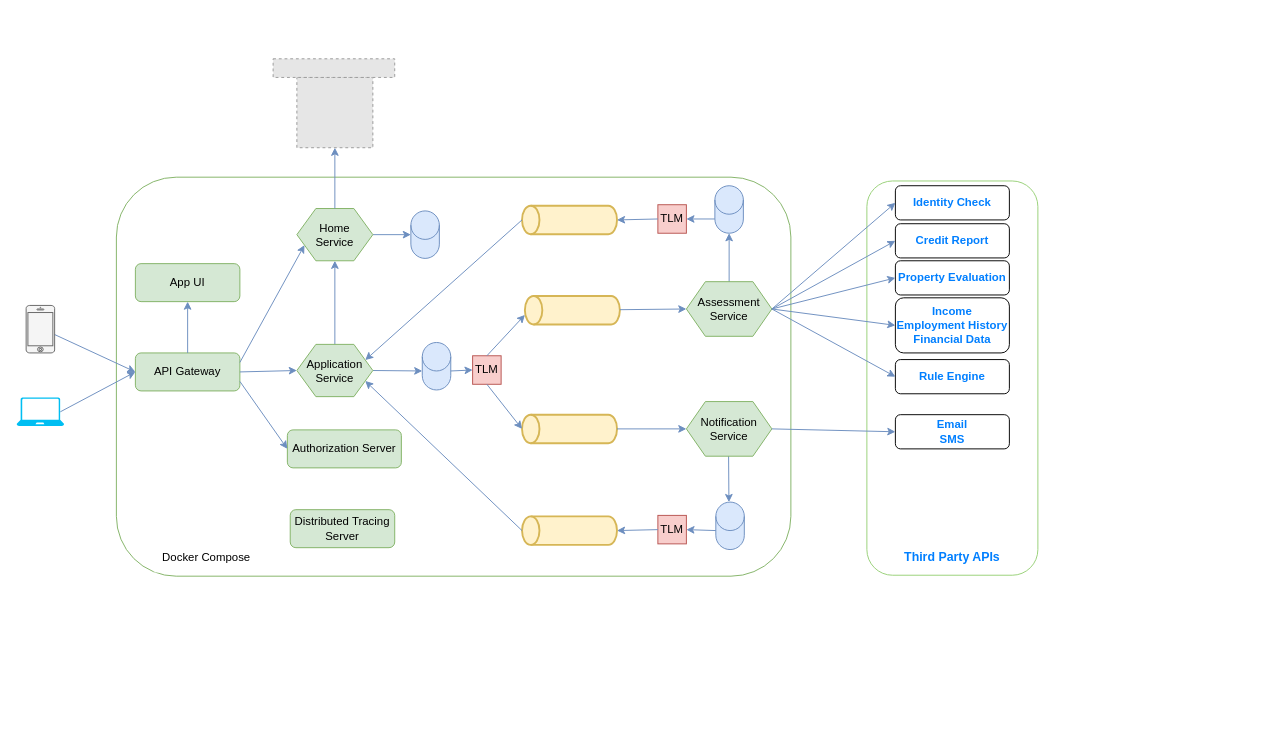
Above: 02-architecture/02-logical-components-docker.drawio in huynm20051990/loan-origination-system (draw.io), before the change. Source tidied: cells renumbered, new cells numbered last; positions are measured from the earlier drawing's top-left corner, leaving out a move shared by most shapes. Both pictures are drawn from the tidied source at 95%, with x=0, y=0 at pixel (16, 58). Pictures stored in the file or linked from it are replaced by grey dashed boxes.
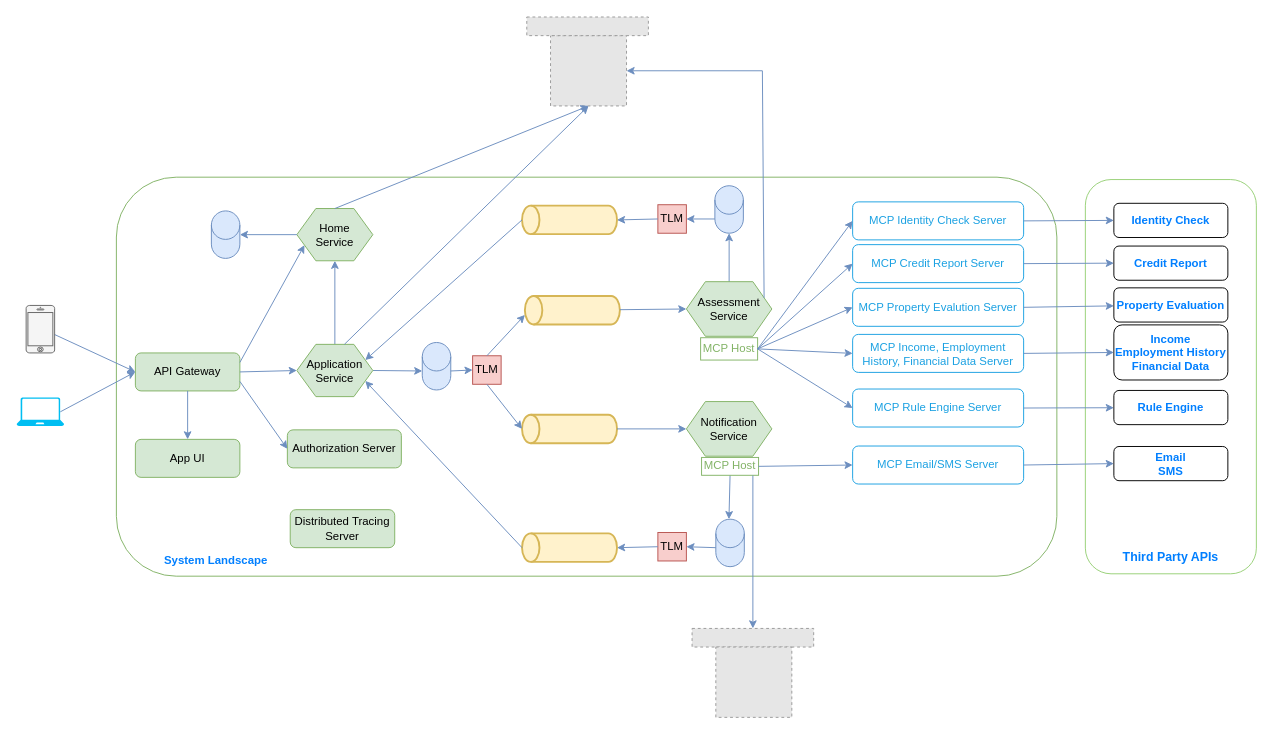
The same diagram, later.

Commit message (it also covers changes not shown here):
Update High Level Design diagram to include MCP Host and MCP Server

Unchanged cells that the change refers to:
```xml
<mxCell id="5" value="API Gateway" style="rounded=1;whiteSpace=wrap;html=1;fillColor=#d5e8d4;strokeColor=#82b366;" parent="1" vertex="1">
  <mxGeometry x="125" y="310" width="110" height="40" as="geometry" />
</mxCell>
<mxCell id="39" value="Application&lt;br&gt;Service" style="shape=hexagon;perimeter=hexagonPerimeter2;whiteSpace=wrap;html=1;fixedSize=1;fillColor=#d5e8d4;strokeColor=#82b366;" parent="1" vertex="1">
  <mxGeometry x="295" y="301" width="80" height="55" as="geometry" />
</mxCell>
<mxCell id="40" value="Home&lt;br&gt;Service" style="shape=hexagon;perimeter=hexagonPerimeter2;whiteSpace=wrap;html=1;fixedSize=1;fillColor=#d5e8d4;strokeColor=#82b366;" parent="1" vertex="1">
  <mxGeometry x="295" y="158" width="80" height="55" as="geometry" />
</mxCell>
<mxCell id="41" value="Assessment&lt;br&gt;Service" style="shape=hexagon;perimeter=hexagonPerimeter2;whiteSpace=wrap;html=1;fixedSize=1;fillColor=#d5e8d4;strokeColor=#82b366;" parent="1" vertex="1">
  <mxGeometry x="705" y="235" width="90" height="57.5" as="geometry" />
</mxCell>
<mxCell id="42" value="Notification&lt;br&gt;Service" style="shape=hexagon;perimeter=hexagonPerimeter2;whiteSpace=wrap;html=1;fixedSize=1;fillColor=#d5e8d4;strokeColor=#82b366;" parent="1" vertex="1">
  <mxGeometry x="705" y="361.2" width="90" height="57.5" as="geometry" />
</mxCell>
```

Diff of the diagram source:
```diff
@@
     <mxCell id="2" style="rounded=1;whiteSpace=wrap;html=1;fillColor=#FFFFFF;strokeColor=#82b366;" parent="1" vertex="1">
-      <mxGeometry x="105" y="125" width="710" height="420" as="geometry" />
+      <mxGeometry x="105" y="125" width="990" height="420" as="geometry" />
     </mxCell>
@@
-    <mxCell id="7" value="Docker Compose" style="text;html=1;align=center;verticalAlign=middle;whiteSpace=wrap;rounded=0;fillColor=default;" parent="1" vertex="1">
-      <mxGeometry x="145" y="511" width="110" height="30" as="geometry" />
+    <mxCell id="7" value="&lt;b&gt;System Landscape&lt;/b&gt;" style="text;html=1;align=center;verticalAlign=middle;whiteSpace=wrap;rounded=0;fontColor=#007FFF;" parent="1" vertex="1">
+      <mxGeometry x="145" y="514" width="130" height="30" as="geometry" />
     </mxCell>
@@
     <mxCell id="17" style="shape=cylinder3;whiteSpace=wrap;html=1;boundedLbl=1;backgroundOutline=1;size=15;fillColor=#dae8fc;strokeColor=#6c8ebf;" parent="1" vertex="1">
-      <mxGeometry x="415" y="160.5" width="30" height="50" as="geometry" />
+      <mxGeometry x="205" y="160.5" width="30" height="50" as="geometry" />
     </mxCell>
-    <mxCell id="18" style="endArrow=classic;html=1;rounded=0;fillColor=#dae8fc;strokeColor=#6c8ebf;entryX=0;entryY=0.5;entryDx=0;entryDy=0;entryPerimeter=0;exitX=1;exitY=0.5;exitDx=0;exitDy=0;" parent="1" edge="1" source="40" target="17">
-      <mxGeometry relative="1" as="geometry" />
-    </mxCell>
@@
     <mxCell id="32" style="shape=cylinder3;whiteSpace=wrap;html=1;boundedLbl=1;backgroundOutline=1;size=15;fillColor=#dae8fc;strokeColor=#6c8ebf;" parent="1" vertex="1">
-      <mxGeometry x="736" y="467" width="30" height="50" as="geometry" />
+      <mxGeometry x="736" y="485" width="30" height="50" as="geometry" />
     </mxCell>
-    <mxCell id="33" style="endArrow=classic;html=1;rounded=0;exitX=0.5;exitY=1;exitDx=0;exitDy=0;fillColor=#dae8fc;strokeColor=#6c8ebf;" parent="1" edge="1">
+    <mxCell id="33" style="endArrow=classic;html=1;rounded=0;exitX=0.5;exitY=1;exitDx=0;exitDy=0;fillColor=#dae8fc;strokeColor=#6c8ebf;" parent="1" edge="1" source="67">
       <mxGeometry relative="1" as="geometry">
-        <mxPoint x="749.4" y="413" as="sourcePoint" />
-        <mxPoint x="749.8" y="467" as="targetPoint" />
+        <mxPoint x="749.8" y="485" as="targetPoint" />
       </mxGeometry>
     </mxCell>
     <mxCell id="34" value="TLM" style="whiteSpace=wrap;html=1;fillColor=#f8cecc;strokeColor=#b85450;" parent="1" vertex="1">
-      <mxGeometry x="675" y="481" width="30" height="30" as="geometry" />
+      <mxGeometry x="675" y="499" width="30" height="30" as="geometry" />
     </mxCell>
@@
     <mxCell id="36" style="strokeWidth=2;html=1;shape=mxgraph.flowchart.direct_data;whiteSpace=wrap;rotation=-180;fillColor=#fff2cc;strokeColor=#d6b656;" parent="1" vertex="1">
-      <mxGeometry x="532" y="482" width="100" height="30" as="geometry" />
+      <mxGeometry x="532" y="500" width="100" height="30" as="geometry" />
     </mxCell>
@@
     <mxCell id="45" value="App UI" style="rounded=1;whiteSpace=wrap;html=1;fillColor=#d5e8d4;strokeColor=#82b366;" parent="1" vertex="1">
-      <mxGeometry x="125" y="216" width="110" height="40" as="geometry" />
+      <mxGeometry x="125" y="401" width="110" height="40" as="geometry" />
     </mxCell>
-    <mxCell id="46" style="endArrow=classic;html=1;rounded=0;fillColor=#dae8fc;strokeColor=#6c8ebf;exitX=0.5;exitY=0;exitDx=0;exitDy=0;entryX=0.5;entryY=1;entryDx=0;entryDy=0;" parent="1" edge="1" source="5" target="45">
-      <mxGeometry relative="1" as="geometry" />
-    </mxCell>
     <mxCell id="47" style="fillColor=#E6E6E6;strokeColor=#999999;dashed=1;verticalLabelPosition=bottom;labelBackgroundColor=default;verticalAlign=top;" parent="1" vertex="1">
-      <mxGeometry x="295" y="20" width="80" height="74" as="geometry" />
+      <mxGeometry x="562" y="-24" width="80" height="74" as="geometry" />
     </mxCell>
     <mxCell id="48" style="fillColor=#E6E6E6;strokeColor=#999999;dashed=1;verticalLabelPosition=bottom;labelBackgroundColor=default;verticalAlign=top;" parent="1" vertex="1">
-      <mxGeometry x="270" y="0.4" width="128" height="19.6" as="geometry" />
+      <mxGeometry x="537" y="-43.6" width="128" height="19.6" as="geometry" />
     </mxCell>
@@
     <mxCell id="50" style="rounded=1;whiteSpace=wrap;html=1;strokeColor=#97D077;" parent="1" vertex="1">
-      <mxGeometry x="895" y="129" width="180" height="415" as="geometry" />
+      <mxGeometry x="1125" y="127.5" width="180" height="415" as="geometry" />
     </mxCell>
     <mxCell id="51" value="Third Party APIs" style="text;html=1;whiteSpace=wrap;strokeColor=none;fillColor=none;align=center;verticalAlign=middle;rounded=0;fontStyle=1;fontColor=#007FFF;fontSize=13;" parent="1" vertex="1">
-      <mxGeometry x="925" y="510" width="120" height="30" as="geometry" />
+      <mxGeometry x="1155" y="508.5" width="120" height="30" as="geometry" />
     </mxCell>
     <mxCell id="52" value="Identity Check" style="rounded=1;whiteSpace=wrap;html=1;fontColor=#007FFF;fontStyle=1;" parent="1" vertex="1">
-      <mxGeometry x="925" y="134" width="120" height="36" as="geometry" />
+      <mxGeometry x="1155" y="152.5" width="120" height="36" as="geometry" />
     </mxCell>
     <mxCell id="53" value="Credit Report" style="rounded=1;whiteSpace=wrap;html=1;fontColor=#007FFF;fontStyle=1;" parent="1" vertex="1">
-      <mxGeometry x="925" y="174" width="120" height="36" as="geometry" />
+      <mxGeometry x="1155" y="197.5" width="120" height="36" as="geometry" />
     </mxCell>
     <mxCell id="54" value="Property Evaluation" style="rounded=1;whiteSpace=wrap;html=1;fontColor=#007FFF;fontStyle=1;" parent="1" vertex="1">
-      <mxGeometry x="925" y="213" width="120" height="36" as="geometry" />
+      <mxGeometry x="1155" y="241.5" width="120" height="36" as="geometry" />
     </mxCell>
     <mxCell id="55" value="Income&lt;br&gt;Employment History&lt;br&gt;Financial Data" style="rounded=1;whiteSpace=wrap;html=1;fontColor=#007FFF;fontStyle=1;" parent="1" vertex="1">
-      <mxGeometry x="925" y="252" width="120" height="58" as="geometry" />
+      <mxGeometry x="1155" y="280.5" width="120" height="58" as="geometry" />
     </mxCell>
     <mxCell id="56" value="Email&lt;br&gt;SMS" style="rounded=1;whiteSpace=wrap;html=1;fontColor=#007FFF;fontStyle=1;" parent="1" vertex="1">
-      <mxGeometry x="925" y="375" width="120" height="36" as="geometry" />
+      <mxGeometry x="1155" y="408.5" width="120" height="36" as="geometry" />
     </mxCell>
-    <mxCell id="57" style="endArrow=classic;html=1;rounded=0;fillColor=#dae8fc;strokeColor=#6c8ebf;exitX=1;exitY=0.5;exitDx=0;exitDy=0;entryX=0;entryY=0.5;entryDx=0;entryDy=0;" parent="1" edge="1" source="41" target="52">
-      <mxGeometry relative="1" as="geometry" />
-    </mxCell>
-    <mxCell id="58" style="endArrow=classic;html=1;rounded=0;fillColor=#dae8fc;strokeColor=#6c8ebf;exitX=1;exitY=0.5;exitDx=0;exitDy=0;entryX=0;entryY=0.5;entryDx=0;entryDy=0;" parent="1" edge="1" source="41" target="53">
-      <mxGeometry relative="1" as="geometry" />
-    </mxCell>
-    <mxCell id="59" style="endArrow=classic;html=1;rounded=0;fillColor=#dae8fc;strokeColor=#6c8ebf;exitX=1;exitY=0.5;exitDx=0;exitDy=0;entryX=0;entryY=0.5;entryDx=0;entryDy=0;" parent="1" edge="1" source="41" target="54">
-      <mxGeometry relative="1" as="geometry" />
-    </mxCell>
-    <mxCell id="60" style="endArrow=classic;html=1;rounded=0;fillColor=#dae8fc;strokeColor=#6c8ebf;exitX=1;exitY=0.5;exitDx=0;exitDy=0;entryX=0;entryY=0.5;entryDx=0;entryDy=0;" parent="1" edge="1" source="41" target="55">
-      <mxGeometry relative="1" as="geometry" />
-    </mxCell>
-    <mxCell id="61" style="endArrow=classic;html=1;rounded=0;fillColor=#dae8fc;strokeColor=#6c8ebf;exitX=1;exitY=0.5;exitDx=0;exitDy=0;entryX=0;entryY=0.5;entryDx=0;entryDy=0;" parent="1" edge="1" source="42" target="56">
-      <mxGeometry relative="1" as="geometry" />
-    </mxCell>
     <mxCell id="62" value="Rule Engine" style="rounded=1;whiteSpace=wrap;html=1;fontColor=#007FFF;fontStyle=1;" parent="1" vertex="1">
-      <mxGeometry x="925" y="317" width="120" height="36" as="geometry" />
+      <mxGeometry x="1155" y="349.5" width="120" height="36" as="geometry" />
     </mxCell>
-    <mxCell id="63" style="endArrow=classic;html=1;rounded=0;fillColor=#dae8fc;strokeColor=#6c8ebf;exitX=1;exitY=0.5;exitDx=0;exitDy=0;entryX=0;entryY=0.5;entryDx=0;entryDy=0;" parent="1" edge="1" source="41" target="62">
-      <mxGeometry relative="1" as="geometry" />
-    </mxCell>
+    <mxCell id="64" value="MCP Identity Check Server" style="rounded=1;whiteSpace=wrap;html=1;strokeColor=#1BA1E2;fontColor=#1BA1E2;" parent="1" vertex="1">
+      <mxGeometry x="880" y="151" width="180" height="40" as="geometry" />
+    </mxCell>
+    <mxCell id="65" value="MCP Host" style="text;html=1;whiteSpace=wrap;strokeColor=#82B366;fillColor=#FFFFFF;align=center;verticalAlign=middle;rounded=0;fontColor=#82B366;" parent="1" vertex="1">
+      <mxGeometry x="720" y="294" width="60" height="23.5" as="geometry" />
+    </mxCell>
+    <mxCell id="66" style="endArrow=classic;html=1;rounded=0;exitX=0.5;exitY=1;exitDx=0;exitDy=0;fillColor=#dae8fc;strokeColor=#6c8ebf;" parent="1" edge="1" target="67">
+      <mxGeometry relative="1" as="geometry">
+        <mxPoint x="749.4" y="431" as="sourcePoint" />
+      </mxGeometry>
+    </mxCell>
+    <mxCell id="67" value="MCP Host" style="text;html=1;whiteSpace=wrap;strokeColor=#82b366;fillColor=#FFFFFF;align=center;verticalAlign=middle;rounded=0;fontColor=#82B366;" parent="1" vertex="1">
+      <mxGeometry x="721" y="420" width="60" height="18.8" as="geometry" />
+    </mxCell>
+    <mxCell id="68" value="MCP Credit Report Server" style="rounded=1;whiteSpace=wrap;html=1;strokeColor=#1BA1E2;fontColor=#1BA1E2;" parent="1" vertex="1">
+      <mxGeometry x="880" y="196" width="180" height="40" as="geometry" />
+    </mxCell>
+    <mxCell id="69" value="MCP Property Evalution Server" style="rounded=1;whiteSpace=wrap;html=1;strokeColor=#1BA1E2;fontColor=#1BA1E2;" parent="1" vertex="1">
+      <mxGeometry x="880" y="242" width="180" height="40" as="geometry" />
+    </mxCell>
+    <mxCell id="70" value="MCP Income, Employment History, Financial Data Server" style="rounded=1;whiteSpace=wrap;html=1;strokeColor=#1BA1E2;fontColor=#1BA1E2;" parent="1" vertex="1">
+      <mxGeometry x="880" y="290.5" width="180" height="40" as="geometry" />
+    </mxCell>
+    <mxCell id="71" value="MCP Rule Engine Server" style="rounded=1;whiteSpace=wrap;html=1;strokeColor=#1BA1E2;fontColor=#1BA1E2;" parent="1" vertex="1">
+      <mxGeometry x="880" y="348" width="180" height="40" as="geometry" />
+    </mxCell>
+    <mxCell id="72" value="MCP Email/SMS Server" style="rounded=1;whiteSpace=wrap;html=1;strokeColor=#1BA1E2;fontColor=#1BA1E2;" parent="1" vertex="1">
+      <mxGeometry x="880" y="408" width="180" height="40" as="geometry" />
+    </mxCell>
+    <mxCell id="73" style="endArrow=classic;html=1;rounded=0;entryX=0;entryY=0.5;entryDx=0;entryDy=0;exitX=1;exitY=0.5;exitDx=0;exitDy=0;fillColor=#dae8fc;strokeColor=#6c8ebf;" parent="1" edge="1" source="65" target="64">
+      <mxGeometry relative="1" as="geometry" />
+    </mxCell>
+    <mxCell id="74" style="endArrow=classic;html=1;rounded=0;entryX=0;entryY=0.5;entryDx=0;entryDy=0;exitX=1;exitY=0.5;exitDx=0;exitDy=0;fillColor=#dae8fc;strokeColor=#6c8ebf;" parent="1" edge="1" source="65" target="68">
+      <mxGeometry relative="1" as="geometry" />
+    </mxCell>
+    <mxCell id="75" style="endArrow=classic;html=1;rounded=0;entryX=0;entryY=0.5;entryDx=0;entryDy=0;exitX=1;exitY=0.5;exitDx=0;exitDy=0;fillColor=#dae8fc;strokeColor=#6c8ebf;" parent="1" edge="1" source="65" target="69">
+      <mxGeometry relative="1" as="geometry" />
+    </mxCell>
+    <mxCell id="76" style="endArrow=classic;html=1;rounded=0;entryX=0;entryY=0.5;entryDx=0;entryDy=0;exitX=1;exitY=0.5;exitDx=0;exitDy=0;fillColor=#dae8fc;strokeColor=#6c8ebf;" parent="1" edge="1" source="65" target="70">
+      <mxGeometry relative="1" as="geometry" />
+    </mxCell>
+    <mxCell id="77" style="endArrow=classic;html=1;rounded=0;exitX=1;exitY=0.5;exitDx=0;exitDy=0;fillColor=#dae8fc;strokeColor=#6c8ebf;entryX=0;entryY=0.5;entryDx=0;entryDy=0;" parent="1" edge="1" source="65" target="71">
+      <mxGeometry relative="1" as="geometry" />
+    </mxCell>
+    <mxCell id="78" style="endArrow=classic;html=1;rounded=0;entryX=0;entryY=0.5;entryDx=0;entryDy=0;exitX=1;exitY=0.5;exitDx=0;exitDy=0;fillColor=#dae8fc;strokeColor=#6c8ebf;" parent="1" edge="1" source="67" target="72">
+      <mxGeometry relative="1" as="geometry" />
+    </mxCell>
+    <mxCell id="79" style="endArrow=classic;html=1;rounded=0;entryX=0;entryY=0.5;entryDx=0;entryDy=0;exitX=1;exitY=0.5;exitDx=0;exitDy=0;fillColor=#dae8fc;strokeColor=#6c8ebf;" parent="1" edge="1" source="64" target="52">
+      <mxGeometry relative="1" as="geometry" />
+    </mxCell>
+    <mxCell id="80" style="endArrow=classic;html=1;rounded=0;entryX=0;entryY=0.5;entryDx=0;entryDy=0;exitX=1;exitY=0.5;exitDx=0;exitDy=0;fillColor=#dae8fc;strokeColor=#6c8ebf;" parent="1" edge="1" source="68" target="53">
+      <mxGeometry relative="1" as="geometry" />
+    </mxCell>
+    <mxCell id="81" style="endArrow=classic;html=1;rounded=0;exitX=1;exitY=0.5;exitDx=0;exitDy=0;fillColor=#dae8fc;strokeColor=#6c8ebf;" parent="1" edge="1" source="69" target="54">
+      <mxGeometry relative="1" as="geometry" />
+    </mxCell>
+    <mxCell id="82" style="endArrow=classic;html=1;rounded=0;entryX=0;entryY=0.5;entryDx=0;entryDy=0;exitX=1;exitY=0.5;exitDx=0;exitDy=0;fillColor=#dae8fc;strokeColor=#6c8ebf;" parent="1" edge="1" source="70" target="55">
+      <mxGeometry relative="1" as="geometry" />
+    </mxCell>
+    <mxCell id="83" style="endArrow=classic;html=1;rounded=0;exitX=1;exitY=0.5;exitDx=0;exitDy=0;fillColor=#dae8fc;strokeColor=#6c8ebf;" parent="1" edge="1" source="71" target="62">
+      <mxGeometry relative="1" as="geometry" />
+    </mxCell>
+    <mxCell id="84" style="endArrow=classic;html=1;rounded=0;exitX=1;exitY=0.5;exitDx=0;exitDy=0;fillColor=#dae8fc;strokeColor=#6c8ebf;entryX=0;entryY=0.5;entryDx=0;entryDy=0;" parent="1" edge="1" source="72" target="56">
+      <mxGeometry relative="1" as="geometry" />
+    </mxCell>
+    <mxCell id="18" style="endArrow=classic;html=1;rounded=0;entryX=1;entryY=0.5;entryDx=0;entryDy=0;exitX=0;exitY=0.5;exitDx=0;exitDy=0;fillColor=#dae8fc;strokeColor=#6c8ebf;entryPerimeter=0;" parent="1" edge="1" source="40" target="17">
+      <mxGeometry relative="1" as="geometry" />
+    </mxCell>
+    <mxCell id="46" style="endArrow=classic;html=1;rounded=0;fillColor=#dae8fc;strokeColor=#6c8ebf;exitX=0.5;exitY=1;exitDx=0;exitDy=0;entryX=0.5;entryY=0;entryDx=0;entryDy=0;" parent="1" edge="1" source="5" target="45">
+      <mxGeometry relative="1" as="geometry" />
+    </mxCell>
+    <mxCell id="85" style="endArrow=classic;html=1;rounded=0;entryX=0.5;entryY=1;entryDx=0;entryDy=0;fillColor=#dae8fc;strokeColor=#6c8ebf;exitX=0.625;exitY=0;exitDx=0;exitDy=0;" parent="1" edge="1" source="39" target="47">
+      <mxGeometry relative="1" as="geometry" />
+    </mxCell>
+    <mxCell id="86" style="endArrow=classic;html=1;rounded=0;fillColor=#dae8fc;strokeColor=#6c8ebf;exitX=1;exitY=0.25;exitDx=0;exitDy=0;entryX=1;entryY=0.5;entryDx=0;entryDy=0;" parent="1" edge="1" source="41" target="47">
+      <mxGeometry relative="1" as="geometry">
+        <Array as="points">
+          <mxPoint x="785" y="13" />
+        </Array>
+      </mxGeometry>
+    </mxCell>
+    <mxCell id="87" style="fillColor=#E6E6E6;strokeColor=#999999;dashed=1;verticalLabelPosition=bottom;labelBackgroundColor=default;verticalAlign=top;" parent="1" vertex="1">
+      <mxGeometry x="711" y="600" width="128" height="19.6" as="geometry" />
+    </mxCell>
+    <mxCell id="88" style="fillColor=#E6E6E6;strokeColor=#999999;dashed=1;verticalLabelPosition=bottom;labelBackgroundColor=default;verticalAlign=top;" parent="1" vertex="1">
+      <mxGeometry x="736" y="619.6" width="80" height="74" as="geometry" />
+    </mxCell>
+    <mxCell id="89" style="endArrow=classic;html=1;rounded=0;fillColor=#dae8fc;strokeColor=#6c8ebf;entryX=0.5;entryY=0;entryDx=0;entryDy=0;" parent="1" edge="1" target="87">
+      <mxGeometry relative="1" as="geometry">
+        <mxPoint x="775" y="439" as="sourcePoint" />
+      </mxGeometry>
+    </mxCell>
```
